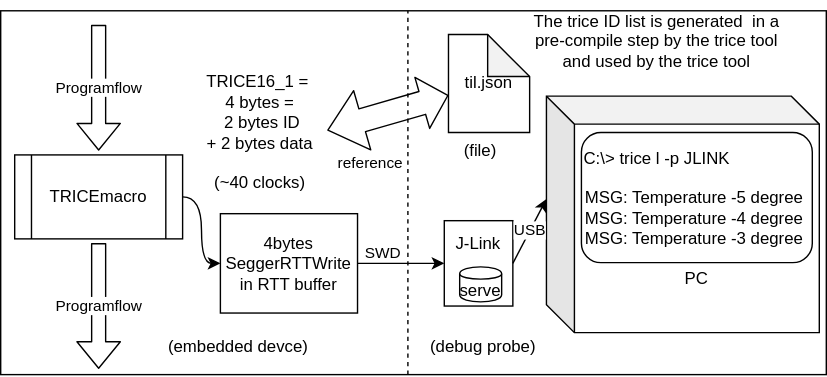
Earlier version of the draw.io export docs/README.media/triceBlockDiagramWithRTT.svg (rokath/trice). Source tidied: cells renumbered, new cells last; positions are measured from the earlier drawing's top-left corner, leaving out a move shared by most shapes.
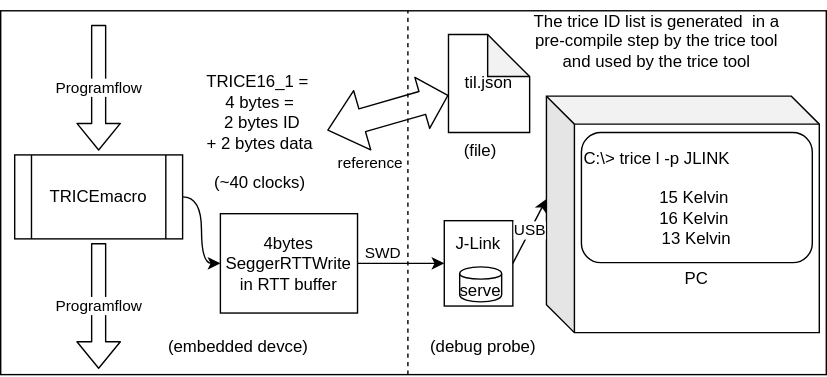
Above is the later version.

Diff of the diagram source:
```diff
@@ -35,7 +35,7 @@
     <mxCell id="10" value="&lt;br&gt;&lt;br&gt;&lt;br&gt;&lt;br&gt;&lt;br&gt;PC" style="shape=cube;whiteSpace=wrap;html=1;boundedLbl=1;backgroundOutline=1;darkOpacity=0.05;darkOpacity2=0.1;" parent="1" vertex="1">
       <mxGeometry x="390" y="68" width="195" height="169" as="geometry" />
     </mxCell>
-    <mxCell id="11" value="C:\&amp;gt; trice l -p JLINK&amp;nbsp; &amp;nbsp; &amp;nbsp; &amp;nbsp; &amp;nbsp; &amp;nbsp; &amp;nbsp; &amp;nbsp; &amp;nbsp;&lt;br&gt;&lt;br&gt;MSG: Temperature -5 degree&amp;nbsp;&lt;br&gt;MSG: Temperature -4 degree&amp;nbsp;&lt;br&gt;MSG: Temperature -3 degree&amp;nbsp;" style="rounded=1;whiteSpace=wrap;html=1;" parent="1" vertex="1">
+    <mxCell id="11" value="C:\&amp;gt; trice l -p JLINK&amp;nbsp; &amp;nbsp; &amp;nbsp; &amp;nbsp; &amp;nbsp; &amp;nbsp; &amp;nbsp; &amp;nbsp; &amp;nbsp;&lt;br&gt;&lt;br&gt;15 Kelvin&amp;nbsp;&lt;br&gt;16 Kelvin&amp;nbsp;&lt;br&gt;13 Kelvin" style="rounded=1;whiteSpace=wrap;html=1;" parent="1" vertex="1">
       <mxGeometry x="415" y="94" width="165" height="93" as="geometry" />
     </mxCell>
     <mxCell id="12" value="USB" style="endArrow=classic;html=1;exitX=1;exitY=0.5;exitDx=0;exitDy=0;entryX=0;entryY=0;entryDx=0;entryDy=73.5;entryPerimeter=0;" parent="1" edge="1" source="3" target="10">
```
